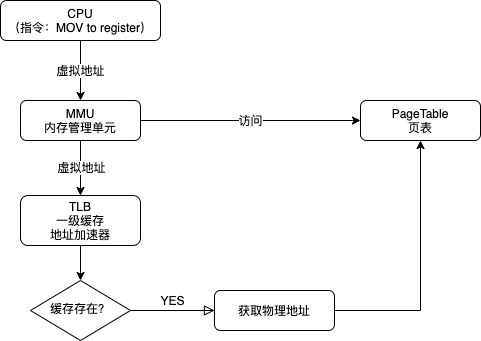
The draw.io diagram os_cpu_access_memory.png in maciaymd/draw.io, before a commit. Source tidied: cells renumbered, new cells last; positions are measured from the earlier drawing's top-left corner, leaving out a move shared by most shapes.
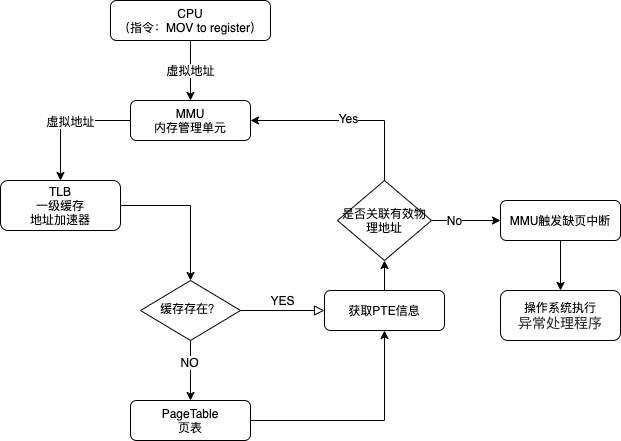
The same diagram one commit later.

Change to the diagram source:
```diff
@@ -14,24 +14,24 @@
     <mxCell id="5" style="edgeStyle=orthogonalEdgeStyle;rounded=0;jettySize=auto;html=1;" parent="1" edge="1" source="7" target="15">
       <mxGeometry relative="1" as="geometry" />
     </mxCell>
-    <mxCell id="6" value="访问" style="edgeLabel;html=1;align=center;verticalAlign=middle;" parent="5" vertex="1">
+    <mxCell id="6" value="NO" style="edgeLabel;html=1;align=center;verticalAlign=middle;" parent="5" vertex="1">
       <mxGeometry x="-0.3" y="-2" relative="1" as="geometry" />
     </mxCell>
     <mxCell id="7" value="缓存存在？" style="rhombus;whiteSpace=wrap;html=1;shadow=0;fontFamily=Helvetica;fontSize=12;align=center;strokeWidth=1;spacing=6;spacingTop=-4;" parent="1" vertex="1">
       <mxGeometry x="30" y="280" width="100" height="60" as="geometry" />
     </mxCell>
+    <mxCell id="16" style="edgeStyle=orthogonalEdgeStyle;rounded=0;jettySize=auto;html=1;" parent="1" edge="1" source="8" target="24">
+      <mxGeometry relative="1" as="geometry" />
+    </mxCell>
-    <mxCell id="8" value="获取物理地址" style="rounded=1;whiteSpace=wrap;html=1;fontSize=12;glass=0;strokeWidth=1;shadow=0;" parent="1" vertex="1">
+    <mxCell id="8" value="获取PTE信息" style="rounded=1;whiteSpace=wrap;html=1;fontSize=12;glass=0;strokeWidth=1;shadow=0;" parent="1" vertex="1">
       <mxGeometry x="214" y="290" width="120" height="40" as="geometry" />
     </mxCell>
-    <mxCell id="9" style="edgeStyle=orthogonalEdgeStyle;rounded=0;jettySize=auto;html=1;" parent="1" edge="1" source="12" target="14">
+    <mxCell id="9" style="edgeStyle=orthogonalEdgeStyle;rounded=0;jettySize=auto;html=1;exitX=0;exitY=0.5;exitDx=0;exitDy=0;" parent="1" edge="1" source="12" target="14">
       <mxGeometry relative="1" as="geometry" />
     </mxCell>
     <mxCell id="10" value="虚拟地址" style="edgeLabel;html=1;align=center;verticalAlign=middle;" parent="9" vertex="1">
       <mxGeometry x="-0.07" relative="1" as="geometry" />
     </mxCell>
-    <mxCell id="11" value="访问" style="edgeStyle=orthogonalEdgeStyle;rounded=0;jettySize=auto;html=1;" parent="1" edge="1" source="12" target="15">
-      <mxGeometry relative="1" as="geometry" />
-    </mxCell>
     <mxCell id="12" value="MMU&lt;br&gt;内存管理单元" style="rounded=1;whiteSpace=wrap;html=1;fontSize=12;glass=0;strokeWidth=1;shadow=0;" parent="1" vertex="1">
       <mxGeometry x="20" y="100" width="120" height="40" as="geometry" />
     </mxCell>
@@ -39,10 +39,41 @@
       <mxGeometry relative="1" as="geometry" />
     </mxCell>
     <mxCell id="14" value="TLB&lt;br&gt;一级缓存&lt;br&gt;地址加速器" style="rounded=1;whiteSpace=wrap;html=1;fontSize=12;glass=0;strokeWidth=1;shadow=0;" parent="1" vertex="1">
-      <mxGeometry x="20" y="195" width="120" height="50" as="geometry" />
+      <mxGeometry x="-110" y="180" width="120" height="50" as="geometry" />
     </mxCell>
+    <mxCell id="17" style="edgeStyle=orthogonalEdgeStyle;rounded=0;jettySize=auto;html=1;" parent="1" edge="1" source="15" target="8">
+      <mxGeometry relative="1" as="geometry" />
+    </mxCell>
     <mxCell id="15" value="PageTable&lt;br&gt;页表" style="rounded=1;whiteSpace=wrap;html=1;fontSize=12;glass=0;strokeWidth=1;shadow=0;" parent="1" vertex="1">
-      <mxGeometry x="360" y="100" width="120" height="40" as="geometry" />
+      <mxGeometry x="20" y="400" width="120" height="40" as="geometry" />
     </mxCell>
+    <mxCell id="18" style="edgeStyle=orthogonalEdgeStyle;rounded=0;jettySize=auto;html=1;" parent="1" edge="1" source="19" target="25">
+      <mxGeometry relative="1" as="geometry" />
+    </mxCell>
+    <mxCell id="19" value="MMU触发缺页中断" style="rounded=1;whiteSpace=wrap;html=1;fontSize=12;glass=0;strokeWidth=1;shadow=0;" parent="1" vertex="1">
+      <mxGeometry x="390" y="200" width="120" height="40" as="geometry" />
+    </mxCell>
+    <mxCell id="20" style="edgeStyle=orthogonalEdgeStyle;rounded=0;jettySize=auto;html=1;" parent="1" edge="1" source="24" target="19">
+      <mxGeometry relative="1" as="geometry" />
+    </mxCell>
+    <mxCell id="21" value="No" style="edgeLabel;html=1;align=center;verticalAlign=middle;" parent="20" vertex="1">
+      <mxGeometry x="-0.36" y="1" relative="1" as="geometry" />
+    </mxCell>
+    <mxCell id="22" style="edgeStyle=orthogonalEdgeStyle;rounded=0;jettySize=auto;html=1;entryX=1;entryY=0.5;entryDx=0;entryDy=0;" parent="1" edge="1" source="24" target="12">
+      <mxGeometry relative="1" as="geometry">
+        <Array as="points">
+          <mxPoint x="274" y="120" />
+        </Array>
+      </mxGeometry>
+    </mxCell>
+    <mxCell id="23" value="Yes" style="edgeLabel;html=1;align=center;verticalAlign=middle;" parent="22" vertex="1">
+      <mxGeometry y="-3" relative="1" as="geometry" />
+    </mxCell>
+    <mxCell id="24" value="是否关联有效物理地址" style="rhombus;whiteSpace=wrap;html=1;" parent="1" vertex="1">
+      <mxGeometry x="227" y="180" width="94" height="80" as="geometry" />
+    </mxCell>
+    <mxCell id="25" value="操作系统执行&lt;br&gt;&lt;span style=&quot;color: rgb(51 , 51 , 51) ; font-family: &amp;#34;pingfang sc&amp;#34; , &amp;#34;helvetica neue&amp;#34; , &amp;#34;arial&amp;#34; , &amp;#34;hiragino sans gb&amp;#34; , &amp;#34;microsoft yahei ui&amp;#34; , &amp;#34;microsoft yahei&amp;#34; , &amp;#34;simsun&amp;#34; , sans-serif ; font-size: 14px ; background-color: rgb(255 , 255 , 255)&quot;&gt;异常处理程序&lt;/span&gt;" style="rounded=1;whiteSpace=wrap;html=1;" parent="1" vertex="1">
+      <mxGeometry x="390" y="290" width="120" height="50" as="geometry" />
+    </mxCell>
   </root>
 </mxGraphModel>
```
